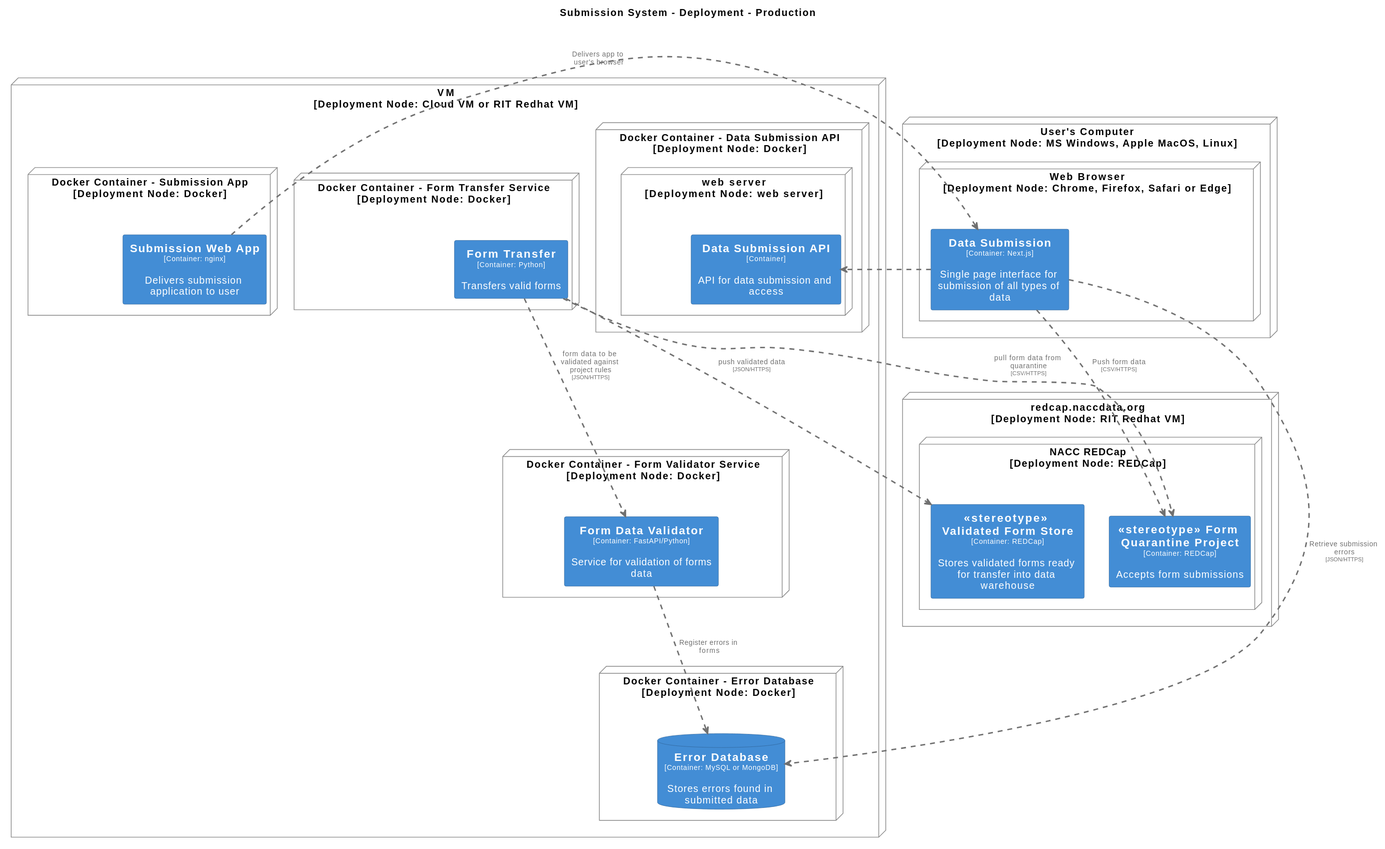
Before: docs/images/structurizr-ProductionSubmissionDeployment.svg, a diagram exported from PlantUML (naccdata/system-design).
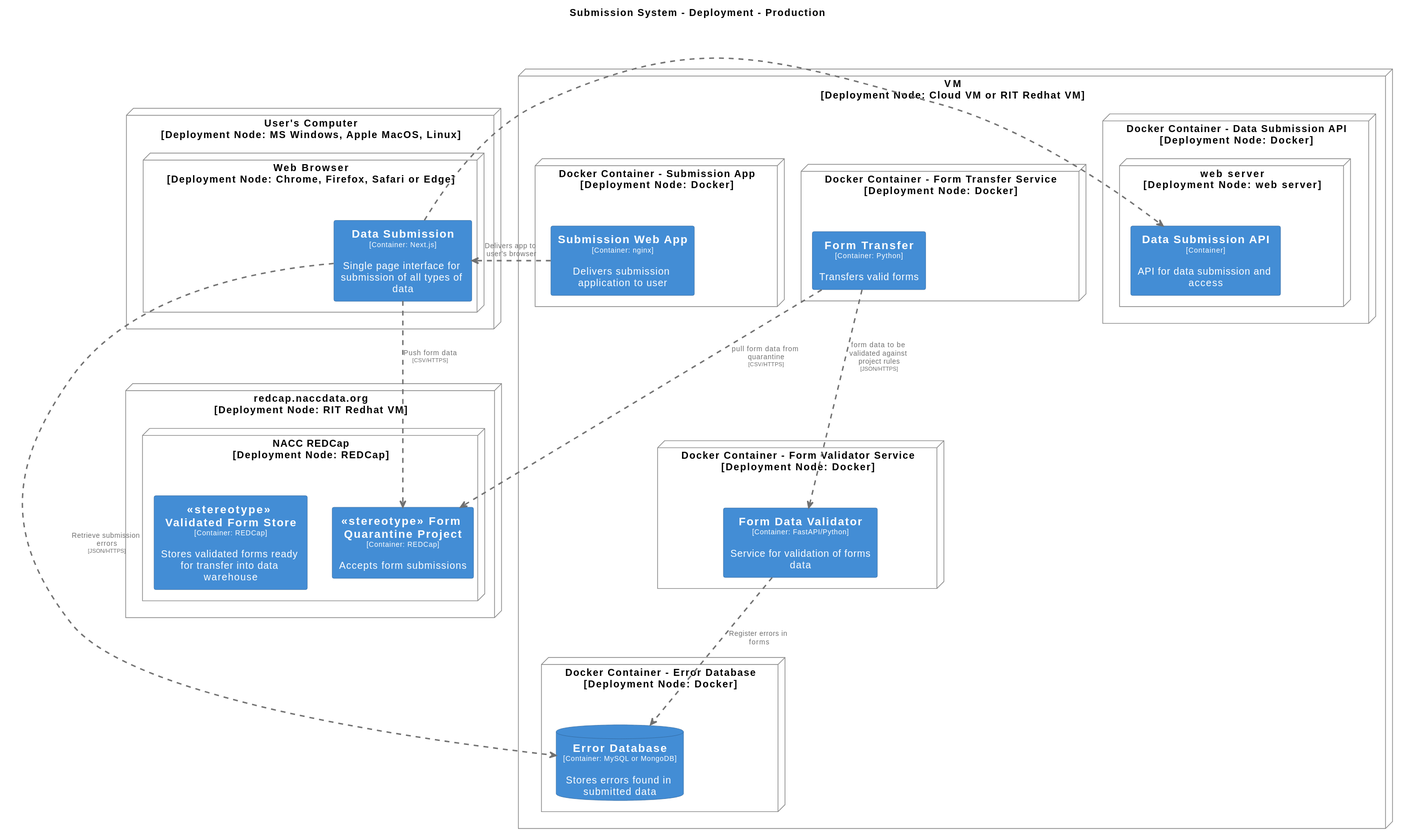
The same diagram one commit later.

The edit, as a diff of the source:
```diff
@@ -109,6 +109,21 @@
   BorderColor #888888
 }
 
+node "User's Computer\n[Deployment Node: MS Windows, Apple MacOS, Linux]" <<Production.UsersComputer>> as Production.UsersComputer {
+  node "Web Browser\n[Deployment Node: Chrome, Firefox, Safari or Edge]" <<Production.UsersComputer.WebBrowser>> as Production.UsersComputer.WebBrowser {
+    rectangle "==Data Submission\n<size:10>[Container: Next.js]</size>\n\nSingle page interface for submission of all types of data" <<Production.UsersComputer.WebBrowser.DataSubmission_1>> as Production.UsersComputer.WebBrowser.DataSubmission_1
+  }
+
+}
+
+node "redcap.naccdata.org\n[Deployment Node: RIT Redhat VM]" <<Production.redcapnaccdataorg>> as Production.redcapnaccdataorg {
+  node "NACC REDCap\n[Deployment Node: REDCap]" <<Production.redcapnaccdataorg.NACCREDCap>> as Production.redcapnaccdataorg.NACCREDCap {
+    rectangle "==<<stereotype>> Form Quarantine Project\n<size:10>[Container: REDCap]</size>\n\nAccepts form submissions" <<Production.redcapnaccdataorg.NACCREDCap.stereotypeFormQuarantineProject_1>> as Production.redcapnaccdataorg.NACCREDCap.stereotypeFormQuarantineProject_1
+    rectangle "==<<stereotype>> Validated Form Store\n<size:10>[Container: REDCap]</size>\n\nStores validated forms ready for transfer into data warehouse" <<Production.redcapnaccdataorg.NACCREDCap.stereotypeValidatedFormStore_1>> as Production.redcapnaccdataorg.NACCREDCap.stereotypeValidatedFormStore_1
+  }
+
+}
+
 node "VM\n[Deployment Node: Cloud VM or RIT Redhat VM]" <<Production.VM>> as Production.VM {
   node "Docker Container - Data Submission API\n[Deployment Node: Docker]" <<Production.VM.DockerContainerDataSubmissionAPI>> as Production.VM.DockerContainerDataSubmissionAPI {
     node "web server\n[Deployment Node: web server]" <<Production.VM.DockerContainerDataSubmissionAPI.webserver>> as Production.VM.DockerContainerDataSubmissionAPI.webserver {
@@ -135,27 +150,11 @@
 
 }
 
-node "User's Computer\n[Deployment Node: MS Windows, Apple MacOS, Linux]" <<Production.UsersComputer>> as Production.UsersComputer {
-  node "Web Browser\n[Deployment Node: Chrome, Firefox, Safari or Edge]" <<Production.UsersComputer.WebBrowser>> as Production.UsersComputer.WebBrowser {
-    rectangle "==Data Submission\n<size:10>[Container: Next.js]</size>\n\nSingle page interface for submission of all types of data" <<Production.UsersComputer.WebBrowser.DataSubmission_1>> as Production.UsersComputer.WebBrowser.DataSubmission_1
-  }
-
-}
-
-node "redcap.naccdata.org\n[Deployment Node: RIT Redhat VM]" <<Production.redcapnaccdataorg>> as Production.redcapnaccdataorg {
-  node "NACC REDCap\n[Deployment Node: REDCap]" <<Production.redcapnaccdataorg.NACCREDCap>> as Production.redcapnaccdataorg.NACCREDCap {
-    rectangle "==<<stereotype>> Form Quarantine Project\n<size:10>[Container: REDCap]</size>\n\nAccepts form submissions" <<Production.redcapnaccdataorg.NACCREDCap.stereotypeFormQuarantineProject_1>> as Production.redcapnaccdataorg.NACCREDCap.stereotypeFormQuarantineProject_1
-    rectangle "==<<stereotype>> Validated Form Store\n<size:10>[Container: REDCap]</size>\n\nStores validated forms ready for transfer into data warehouse" <<Production.redcapnaccdataorg.NACCREDCap.stereotypeValidatedFormStore_1>> as Production.redcapnaccdataorg.NACCREDCap.stereotypeValidatedFormStore_1
-  }
-
-}
-
 Production.UsersComputer.WebBrowser.DataSubmission_1 .[#707070,thickness=2].> Production.redcapnaccdataorg.NACCREDCap.stereotypeFormQuarantineProject_1 : "<color:#707070>Push form data\n<color:#707070><size:8>[CSV/HTTPS]</size>"
 Production.VM.DockerContainerSubmissionApp.SubmissionWebApp_1 .[#707070,thickness=2].> Production.UsersComputer.WebBrowser.DataSubmission_1 : "<color:#707070>Delivers app to user's browser"
-Production.VM.DockerContainerFormTransferService.FormTransfer_1 .[#707070,thickness=2].> Production.redcapnaccdataorg.NACCREDCap.stereotypeValidatedFormStore_1 : "<color:#707070>push validated data\n<color:#707070><size:8>[JSON/HTTPS]</size>"
 Production.VM.DockerContainerFormTransferService.FormTransfer_1 .[#707070,thickness=2].> Production.redcapnaccdataorg.NACCREDCap.stereotypeFormQuarantineProject_1 : "<color:#707070>pull form data from quarantine\n<color:#707070><size:8>[CSV/HTTPS]</size>"
 Production.VM.DockerContainerFormTransferService.FormTransfer_1 .[#707070,thickness=2].> Production.VM.DockerContainerFormValidatorService.FormDataValidator_1 : "<color:#707070>form data to be validated against project rules\n<color:#707070><size:8>[JSON/HTTPS]</size>"
 Production.UsersComputer.WebBrowser.DataSubmission_1 .[#707070,thickness=2].> Production.VM.DockerContainerDataSubmissionAPI.webserver.DataSubmissionAPI_1 : "<color:#707070>"
+Production.UsersComputer.WebBrowser.DataSubmission_1 .[#707070,thickness=2].> Production.VM.DockerContainerErrorDatabase.ErrorDatabase_1 : "<color:#707070>Retrieve submission errors\n<color:#707070><size:8>[JSON/HTTPS]</size>"
 Production.VM.DockerContainerFormValidatorService.FormDataValidator_1 .[#707070,thickness=2].> Production.VM.DockerContainerErrorDatabase.ErrorDatabase_1 : "<color:#707070>Register errors in forms"
-Production.UsersComputer.WebBrowser.DataSubmission_1 .[#707070,thickness=2].> Production.VM.DockerContainerErrorDatabase.ErrorDatabase_1 : "<color:#707070>Retrieve submission errors\n<color:#707070><size:8>[JSON/HTTPS]</size>"
 @enduml
```
